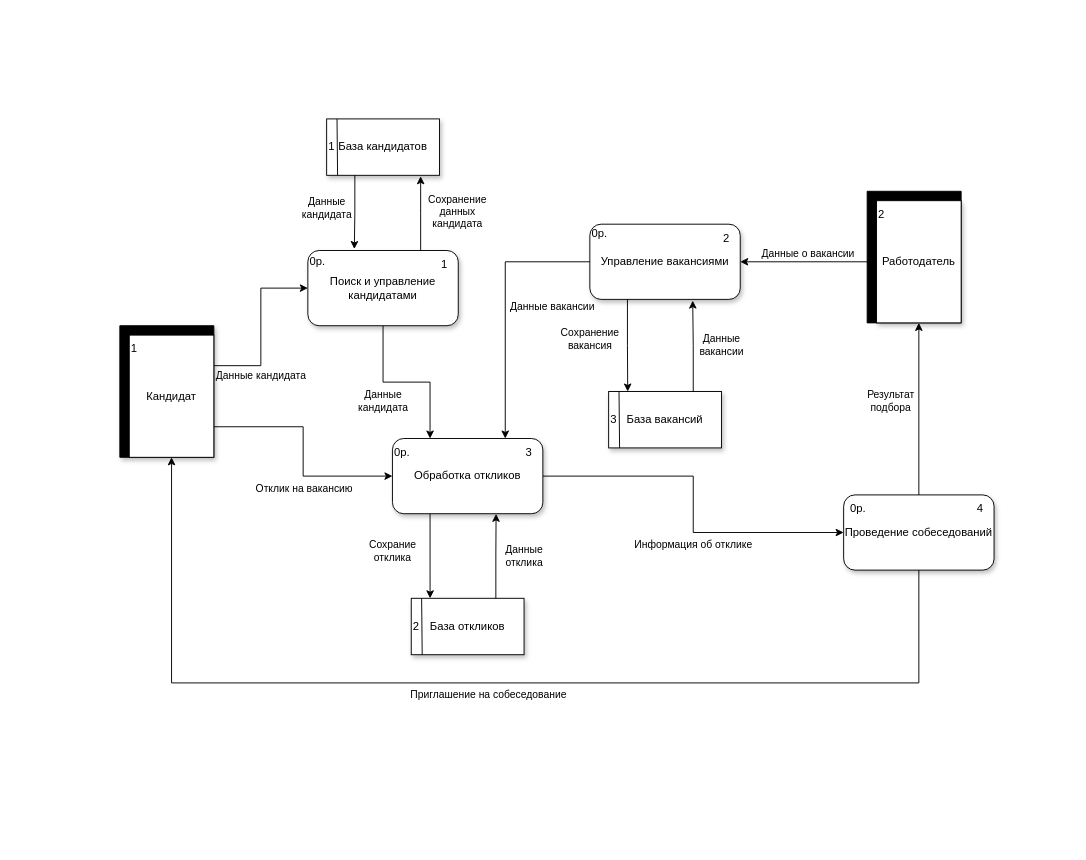
This is page "DFD Level 1" (2 of 2) of DFD.drawio from Regdal-cyber/Coursework, a draw.io file, before an edit. Source tidied: cells renumbered, new cells numbered last; positions are measured from the earlier drawing's top-left corner, leaving out a move shared by most shapes. Both pictures are drawn from the tidied source at 94%, with x=0, y=0 at pixel (119, 118).
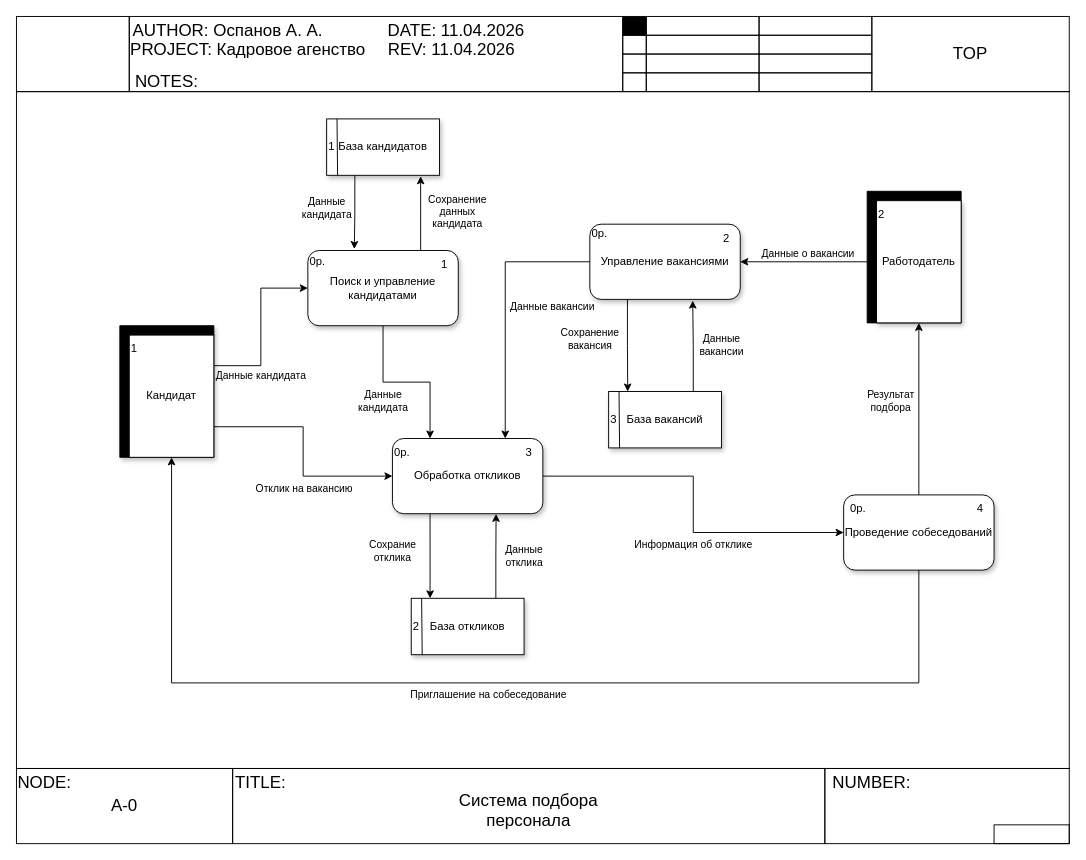
Above is the later version.

Change to the diagram source:
```diff
@@
+    <mxCell id="43" style="rounded=0;whiteSpace=wrap;html=1;fillColor=none;" parent="1" vertex="1">
+      <mxGeometry x="-110" y="-29" width="1120" height="720" as="geometry" />
+    </mxCell>
+    <mxCell id="44" style="rounded=0;whiteSpace=wrap;html=1;fillColor=none;" parent="1" vertex="1">
+      <mxGeometry x="-110" y="691" width="230" height="80" as="geometry" />
+    </mxCell>
+    <mxCell id="45" value="NODE:" style="text;html=1;align=center;verticalAlign=middle;whiteSpace=wrap;rounded=0;fontSize=18;" parent="1" vertex="1">
+      <mxGeometry x="-110" y="691" width="60" height="30" as="geometry" />
+    </mxCell>
+    <mxCell id="46" value="A-0" style="text;html=1;align=center;verticalAlign=middle;whiteSpace=wrap;rounded=0;fontSize=18;" parent="1" vertex="1">
+      <mxGeometry x="-25" y="716" width="60" height="30" as="geometry" />
+    </mxCell>
+    <mxCell id="47" style="rounded=0;whiteSpace=wrap;html=1;fillColor=none;" parent="1" vertex="1">
+      <mxGeometry x="120" y="691" width="630" height="80" as="geometry" />
+    </mxCell>
+    <mxCell id="48" style="rounded=0;whiteSpace=wrap;html=1;fillColor=none;" parent="1" vertex="1">
+      <mxGeometry x="750" y="691" width="260" height="80" as="geometry" />
+    </mxCell>
+    <mxCell id="49" value="TITLE:" style="text;html=1;align=center;verticalAlign=middle;whiteSpace=wrap;rounded=0;fontSize=18;" parent="1" vertex="1">
+      <mxGeometry x="120" y="691" width="60" height="30" as="geometry" />
+    </mxCell>
+    <mxCell id="50" value="Система подбора персонала" style="text;html=1;align=center;verticalAlign=middle;whiteSpace=wrap;rounded=0;fontSize=18;" parent="1" vertex="1">
+      <mxGeometry x="330" y="721" width="210" height="30" as="geometry" />
+    </mxCell>
+    <mxCell id="51" value="NUMBER:" style="text;html=1;align=center;verticalAlign=middle;whiteSpace=wrap;rounded=0;fontSize=18;" parent="1" vertex="1">
+      <mxGeometry x="770" y="691" width="60" height="30" as="geometry" />
+    </mxCell>
+    <mxCell id="52" style="rounded=0;whiteSpace=wrap;html=1;fillColor=none;" parent="1" vertex="1">
+      <mxGeometry x="930" y="751" width="80" height="20" as="geometry" />
+    </mxCell>
+    <mxCell id="53" style="rounded=0;whiteSpace=wrap;html=1;fillColor=none;" parent="1" vertex="1">
+      <mxGeometry x="800" y="-109" width="210" height="80" as="geometry" />
+    </mxCell>
+    <mxCell id="54" style="rounded=0;whiteSpace=wrap;html=1;fillColor=none;" parent="1" vertex="1">
+      <mxGeometry x="680" y="-49" width="120" height="20" as="geometry" />
+    </mxCell>
+    <mxCell id="55" style="rounded=0;whiteSpace=wrap;html=1;fillColor=none;" parent="1" vertex="1">
+      <mxGeometry x="560" y="-49" width="120" height="20" as="geometry" />
+    </mxCell>
+    <mxCell id="56" style="rounded=0;whiteSpace=wrap;html=1;fillColor=none;" parent="1" vertex="1">
+      <mxGeometry x="680" y="-69" width="120" height="20" as="geometry" />
+    </mxCell>
+    <mxCell id="57" style="rounded=0;whiteSpace=wrap;html=1;fillColor=none;" parent="1" vertex="1">
+      <mxGeometry x="560" y="-69" width="120" height="20" as="geometry" />
+    </mxCell>
+    <mxCell id="58" style="rounded=0;whiteSpace=wrap;html=1;fillColor=none;" parent="1" vertex="1">
+      <mxGeometry x="680" y="-89" width="120" height="20" as="geometry" />
+    </mxCell>
+    <mxCell id="59" style="rounded=0;whiteSpace=wrap;html=1;fillColor=none;" parent="1" vertex="1">
+      <mxGeometry x="560" y="-89" width="120" height="20" as="geometry" />
+    </mxCell>
+    <mxCell id="60" style="rounded=0;whiteSpace=wrap;html=1;fillColor=none;" parent="1" vertex="1">
+      <mxGeometry x="680" y="-109" width="120" height="20" as="geometry" />
+    </mxCell>
+    <mxCell id="61" style="rounded=0;whiteSpace=wrap;html=1;fillColor=none;" parent="1" vertex="1">
+      <mxGeometry x="560" y="-109" width="120" height="20" as="geometry" />
+    </mxCell>
+    <mxCell id="62" style="rounded=0;whiteSpace=wrap;html=1;fillColor=#000000;" parent="1" vertex="1">
+      <mxGeometry x="535" y="-109" width="25" height="20" as="geometry" />
+    </mxCell>
+    <mxCell id="63" style="rounded=0;whiteSpace=wrap;html=1;fillColor=none;" parent="1" vertex="1">
+      <mxGeometry x="535" y="-89" width="25" height="20" as="geometry" />
+    </mxCell>
+    <mxCell id="64" style="rounded=0;whiteSpace=wrap;html=1;fillColor=none;" parent="1" vertex="1">
+      <mxGeometry x="535" y="-69" width="25" height="20" as="geometry" />
+    </mxCell>
+    <mxCell id="65" style="rounded=0;whiteSpace=wrap;html=1;fillColor=none;" parent="1" vertex="1">
+      <mxGeometry x="535" y="-49" width="25" height="20" as="geometry" />
+    </mxCell>
+    <mxCell id="66" style="rounded=0;whiteSpace=wrap;html=1;fillColor=none;" parent="1" vertex="1">
+      <mxGeometry x="10" y="-109" width="525" height="80" as="geometry" />
+    </mxCell>
+    <mxCell id="67" style="rounded=0;whiteSpace=wrap;html=1;fillColor=none;" parent="1" vertex="1">
+      <mxGeometry x="-110" y="-109" width="120" height="80" as="geometry" />
+    </mxCell>
+    <mxCell id="68" value="AUTHOR: Оспанов А. А." style="text;html=1;align=center;verticalAlign=middle;whiteSpace=wrap;rounded=0;fontSize=18;" parent="1" vertex="1">
+      <mxGeometry x="10" y="-109" width="210" height="30" as="geometry" />
+    </mxCell>
+    <mxCell id="69" value="&amp;nbsp;PROJECT: Кадровое агенство" style="text;html=1;align=center;verticalAlign=middle;whiteSpace=wrap;rounded=0;fontSize=18;" parent="1" vertex="1">
+      <mxGeometry x="4" y="-89" width="260" height="30" as="geometry" />
+    </mxCell>
+    <mxCell id="70" value="NOTES:" style="text;html=1;align=center;verticalAlign=middle;whiteSpace=wrap;rounded=0;fontSize=18;" parent="1" vertex="1">
+      <mxGeometry y="-54" width="100" height="30" as="geometry" />
+    </mxCell>
+    <mxCell id="71" value="DATE: 11.04.2026" style="text;html=1;align=center;verticalAlign=middle;whiteSpace=wrap;rounded=0;fontSize=18;" parent="1" vertex="1">
+      <mxGeometry x="280" y="-109" width="156" height="30" as="geometry" />
+    </mxCell>
+    <mxCell id="72" value="REV: 11.04.2026" style="text;html=1;align=center;verticalAlign=middle;whiteSpace=wrap;rounded=0;fontSize=18;" parent="1" vertex="1">
+      <mxGeometry x="283" y="-89" width="140" height="30" as="geometry" />
+    </mxCell>
+    <mxCell id="73" value="TOP" style="text;html=1;align=center;verticalAlign=middle;whiteSpace=wrap;rounded=0;fontSize=18;" parent="1" vertex="1">
+      <mxGeometry x="855" y="-84" width="100" height="30" as="geometry" />
+    </mxCell>
```
